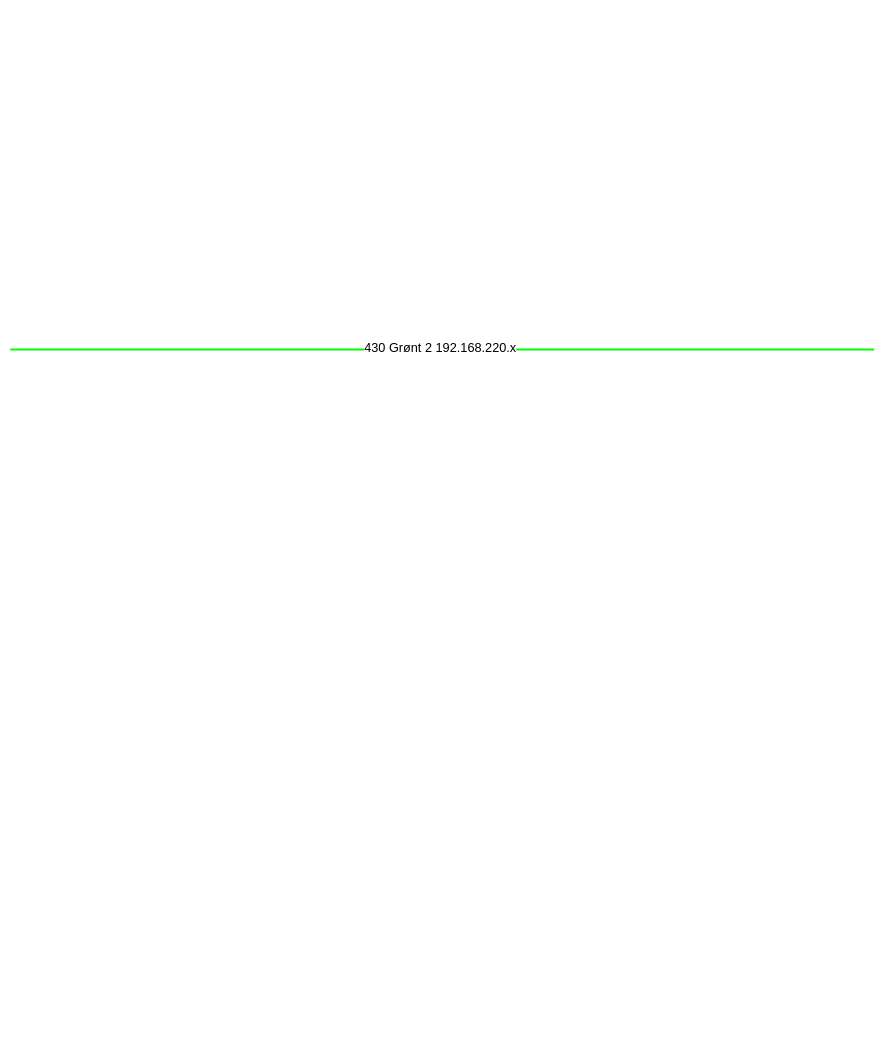
Before: page "430 Grønt 2" (3 of 22) of Topology.drawio in warben0/DrawIOStorage, a draw.io diagram. Source tidied: cells renumbered, new cells numbered last; positions are measured from the earlier drawing's top-left corner, leaving out a move shared by most shapes. Both pictures are drawn from the tidied source at 53%, with x=0, y=0 at pixel (10, 348).
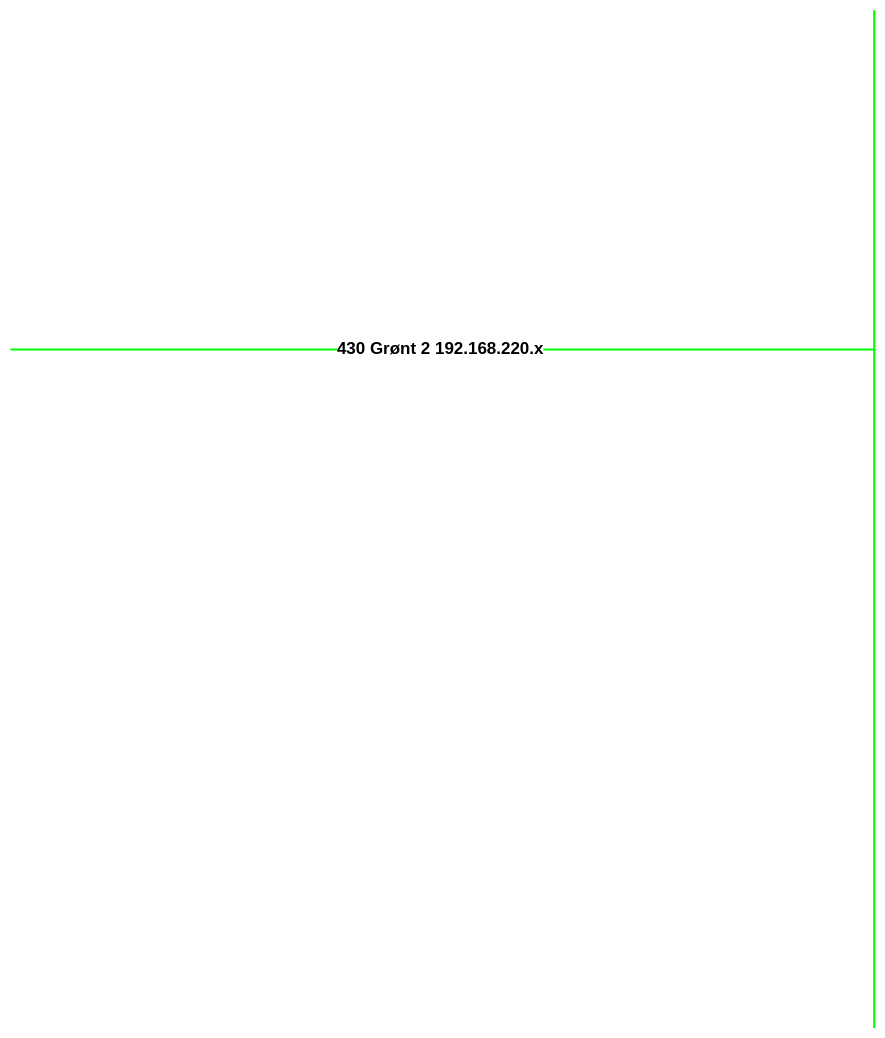
The same diagram, later.

Diff of the diagram source:
```diff
@@
 <mxGraphModel>
   <root>
     <mxCell id="0" />
     <mxCell id="1" parent="0" />
     <mxCell id="2" style="endArrow=none;html=1;rounded=0;fillColor=#d5e8d4;strokeColor=#00FF00;strokeWidth=4;" parent="1" edge="1">
       <mxGeometry relative="1" as="geometry">
         <mxPoint y="3" as="sourcePoint" />
         <mxPoint x="1630" y="3" as="targetPoint" />
       </mxGeometry>
     </mxCell>
-    <mxCell id="3" value="430 Grønt 2 192.168.220.x" style="edgeLabel;html=1;align=center;verticalAlign=middle;fontSize=24;" parent="1" vertex="1">
+    <mxCell id="3" value="430 Grønt 2 192.168.220.x" style="edgeLabel;html=1;align=center;verticalAlign=middle;fontSize=32;fontStyle=1;" parent="1" vertex="1">
       <mxGeometry x="810" as="geometry" />
     </mxCell>
+    <mxCell id="4" style="endArrow=none;html=1;rounded=0;fillColor=#d5e8d4;strokeColor=#00ff00;strokeWidth=4;" parent="1" edge="1">
+      <mxGeometry relative="1" as="geometry">
+        <mxPoint x="1630" y="1283" as="sourcePoint" />
+        <mxPoint x="1630" y="-637" as="targetPoint" />
+      </mxGeometry>
+    </mxCell>
   </root>
 </mxGraphModel>
```
